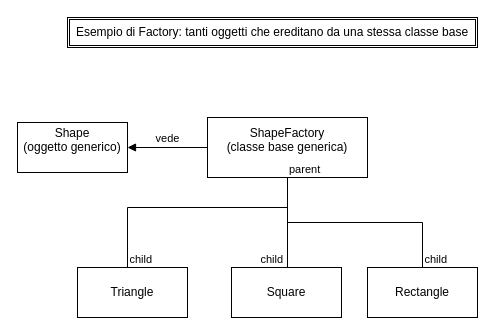
Above: Shape.drawio in Rickard75/Rickard75 (draw.io), before the change. Source tidied: cells renumbered, new cells numbered last; positions are measured from the earlier drawing's top-left corner, leaving out a move shared by most shapes. Both pictures are drawn from the tidied source at 100%, with x=0, y=0 at pixel (17, 17).
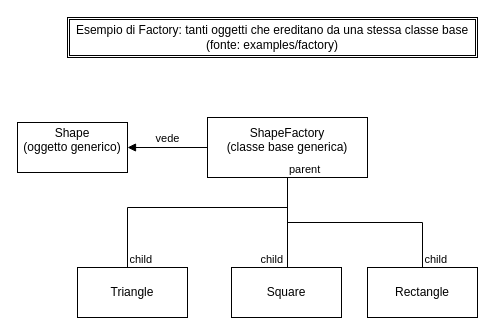
Above is the later version.

Commit message:
titolo aggiornato

Change to the diagram source:
```diff
@@
-    <mxCell id="15" value="Esempio di Factory: tanti oggetti che ereditano da una stessa classe base" style="shape=ext;double=1;rounded=0;whiteSpace=wrap;html=1;" parent="1" vertex="1">
-      <mxGeometry x="50" width="410" height="30" as="geometry" />
+    <mxCell id="15" value="Esempio di Factory: tanti oggetti che ereditano da una stessa classe base&lt;div&gt;(fonte: examples/factory)&lt;/div&gt;" style="shape=ext;double=1;rounded=0;whiteSpace=wrap;html=1;" parent="1" vertex="1">
+      <mxGeometry x="50" width="410" height="40" as="geometry" />
     </mxCell>
```
